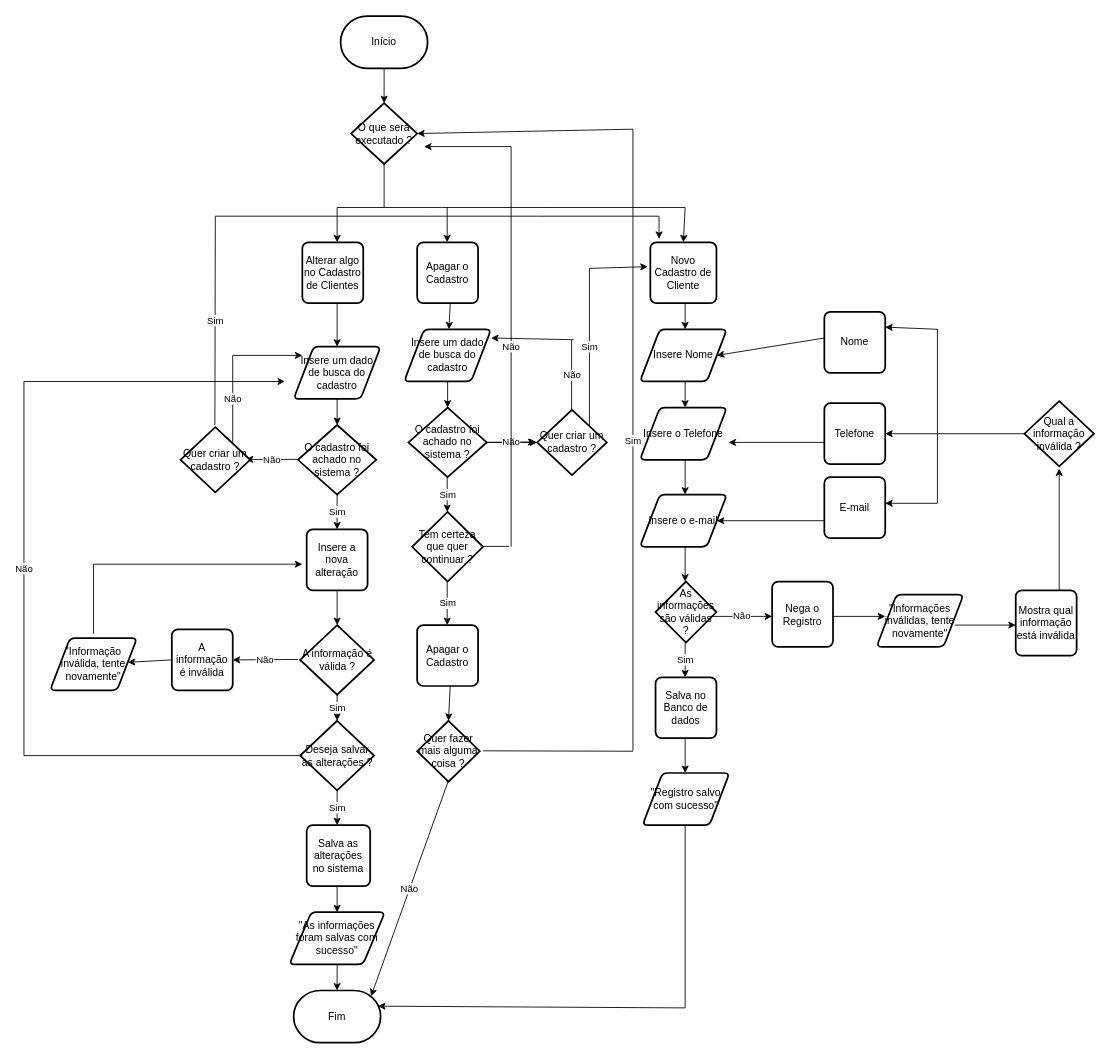
Before: page "Página-2" (2 of 6) of DOC/Fluxograma.drawio in GuilhermeIgarashi7/avatar-Fluxograma, a draw.io diagram. Source tidied: cells renumbered, new cells numbered last; positions are measured from the earlier drawing's top-left corner, leaving out a move shared by most shapes. Both pictures are drawn from the tidied source at 87%, with x=0, y=0 at pixel (23, 16).
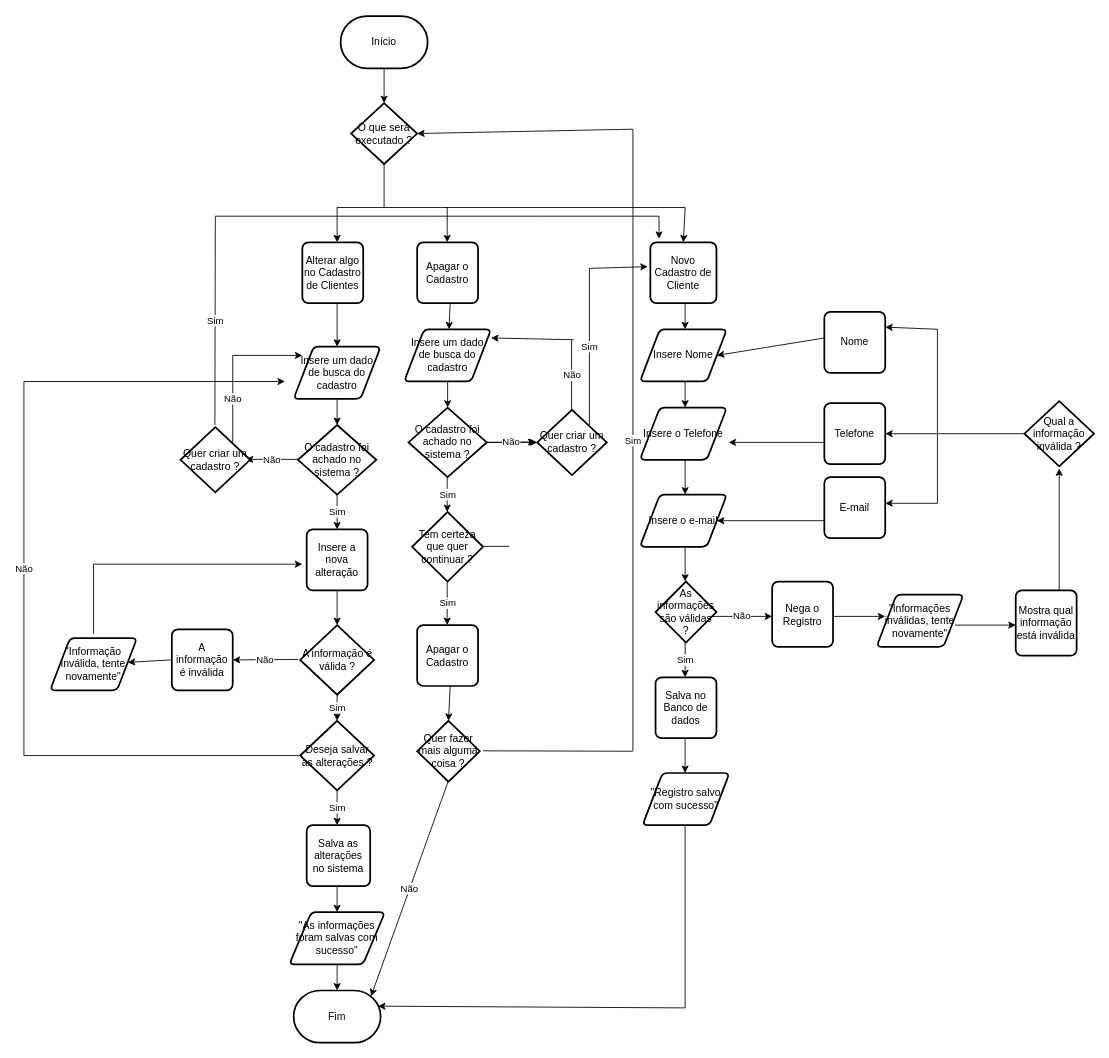
The same page after the edit.

The edit, as a diff of the source:
```diff
@@
-    <mxCell id="64" value="Não" style="endArrow=none;html=1;rounded=0;" parent="1" edge="1">
-      <mxGeometry relative="1" as="geometry">
-        <mxPoint x="560" y="610" as="sourcePoint" />
-        <mxPoint x="560" y="150" as="targetPoint" />
-      </mxGeometry>
-    </mxCell>
-    <mxCell id="65" style="endArrow=classic;html=1;rounded=0;" parent="1" edge="1">
-      <mxGeometry relative="1" as="geometry">
-        <mxPoint x="560" y="150" as="sourcePoint" />
-        <mxPoint x="460" y="150" as="targetPoint" />
-      </mxGeometry>
-    </mxCell>
```
